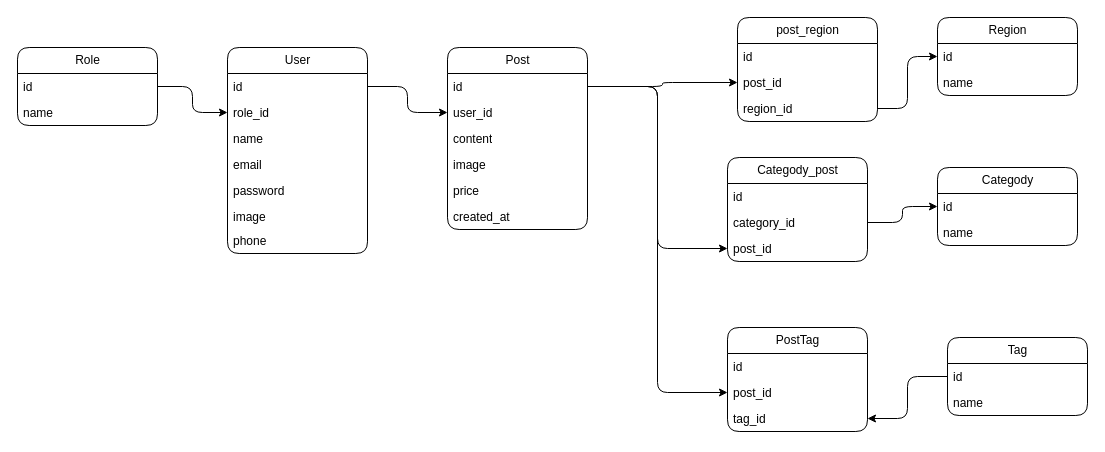
Above: task.dio in ArabkhonDev/task-fg (draw.io), before the change. Source tidied: cells renumbered, new cells numbered last; positions are measured from the earlier drawing's top-left corner, leaving out a move shared by most shapes. Both pictures are drawn from the tidied source at 100%, with x=0, y=0 at pixel (17, 17).
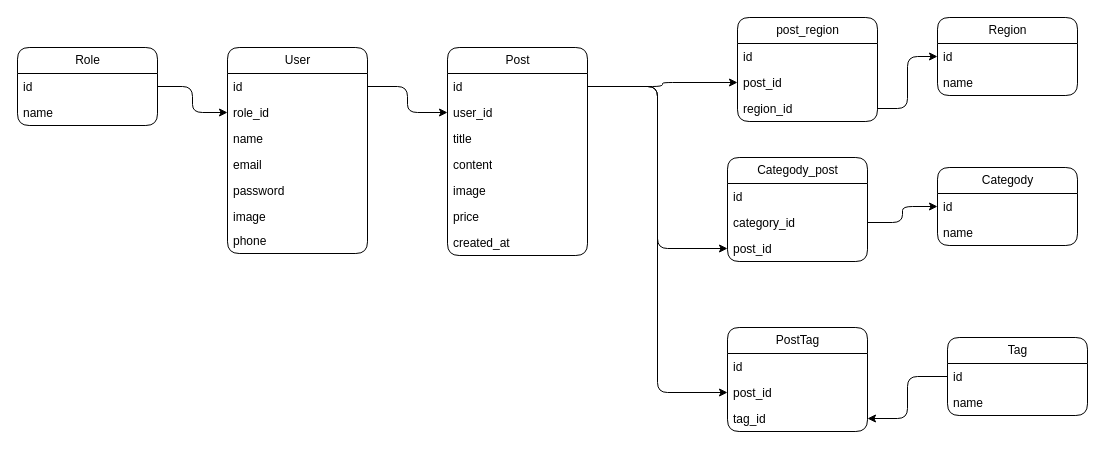
Above is the later version.

Diff of the diagram source:
```diff
@@
     <mxCell id="16" value="Post" style="swimlane;fontStyle=0;horizontal=1;startSize=26;fillColor=none;html=1;rounded=1;" parent="1" vertex="1">
-      <mxGeometry x="430" y="30" width="140" height="182" as="geometry" />
+      <mxGeometry x="430" y="30" width="140" height="208" as="geometry" />
     </mxCell>
@@
+    <mxCell id="50" value="title" style="text;strokeColor=none;fillColor=none;align=left;verticalAlign=top;spacingLeft=4;spacingRight=4;overflow=hidden;whiteSpace=wrap;html=1;" parent="16" vertex="1">
+      <mxGeometry y="78" width="140" height="26" as="geometry" />
+    </mxCell>
     <mxCell id="19" value="content" style="text;strokeColor=none;fillColor=none;align=left;verticalAlign=top;spacingLeft=4;spacingRight=4;overflow=hidden;whiteSpace=wrap;html=1;" parent="16" vertex="1">
-      <mxGeometry y="78" width="140" height="26" as="geometry" />
+      <mxGeometry y="104" width="140" height="26" as="geometry" />
     </mxCell>
     <mxCell id="20" value="image" style="text;strokeColor=none;fillColor=none;align=left;verticalAlign=top;spacingLeft=4;spacingRight=4;overflow=hidden;whiteSpace=wrap;html=1;" parent="16" vertex="1">
-      <mxGeometry y="104" width="140" height="26" as="geometry" />
+      <mxGeometry y="130" width="140" height="26" as="geometry" />
     </mxCell>
     <mxCell id="21" value="price" style="text;strokeColor=none;fillColor=none;align=left;verticalAlign=top;spacingLeft=4;spacingRight=4;overflow=hidden;whiteSpace=wrap;html=1;" parent="16" vertex="1">
-      <mxGeometry y="130" width="140" height="26" as="geometry" />
+      <mxGeometry y="156" width="140" height="26" as="geometry" />
     </mxCell>
     <mxCell id="22" value="created_at" style="text;strokeColor=none;fillColor=none;align=left;verticalAlign=top;spacingLeft=4;spacingRight=4;overflow=hidden;whiteSpace=wrap;html=1;" parent="16" vertex="1">
-      <mxGeometry y="156" width="140" height="26" as="geometry" />
+      <mxGeometry y="182" width="140" height="26" as="geometry" />
     </mxCell>
```
